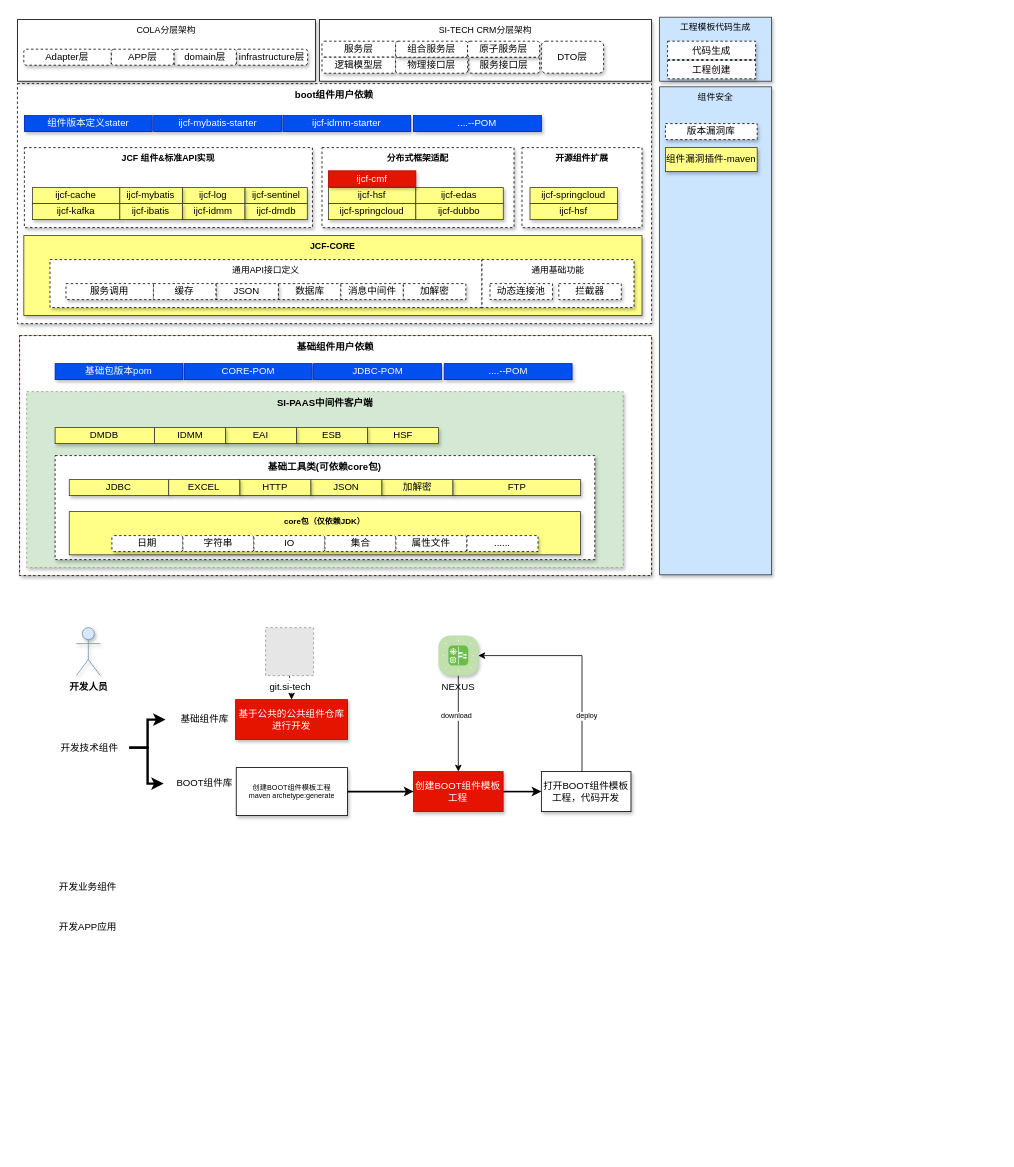
Above: page "组件及开发框架演进" (12 of 16) of 微服务.drawio in qymmdj/draw-io (draw.io), before the change. Source tidied: cells renumbered, new cells numbered last; positions are measured from the earlier drawing's top-left corner, leaving out a move shared by most shapes. Both pictures are drawn from the tidied source at 80%, with x=0, y=0 at pixel (17, 17). Pictures stored in the file or linked from it are replaced by grey dashed boxes.
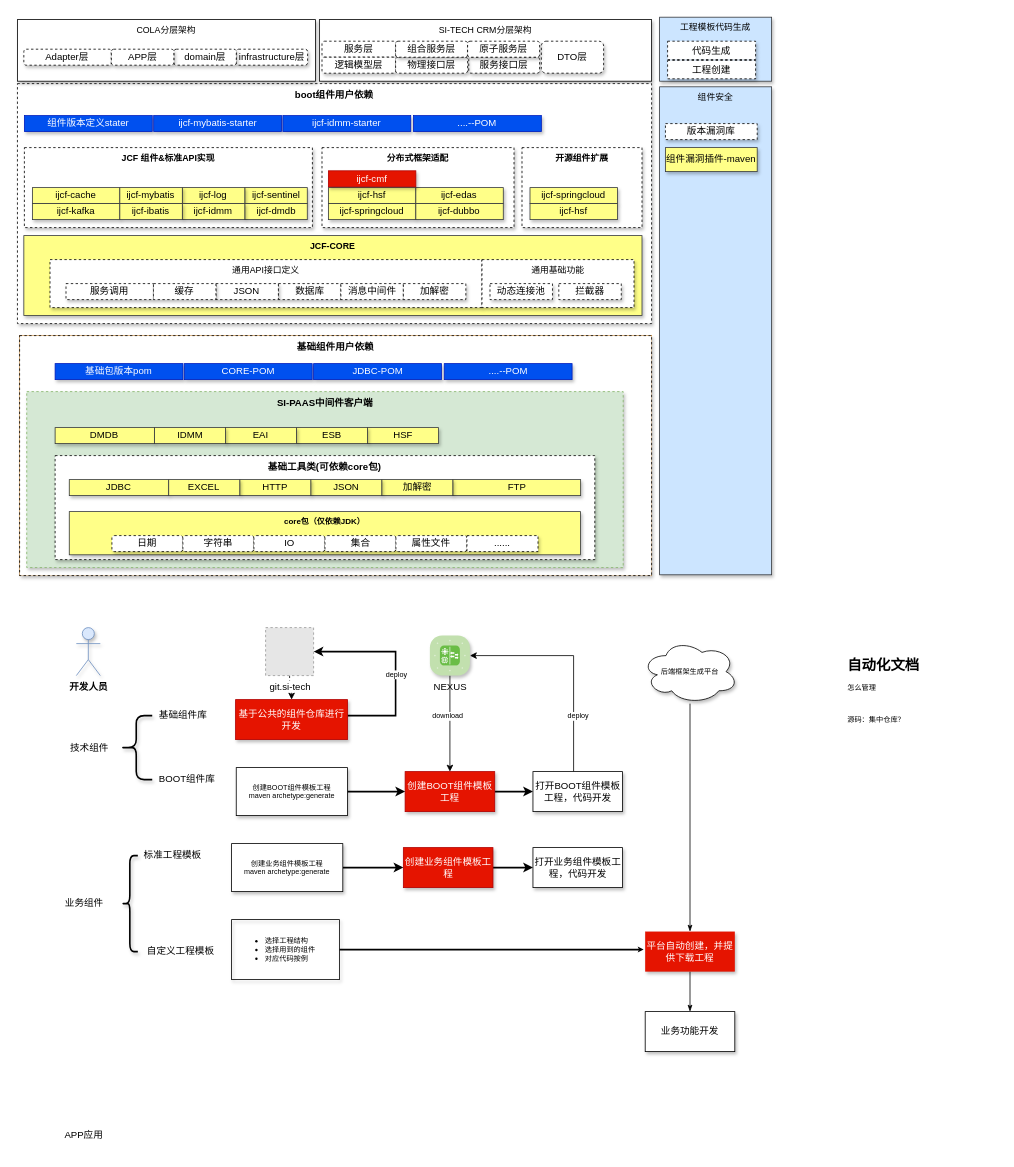
The same diagram, later.

Commit message:
更新微服务.drawio

Unchanged cells that the change refers to:
```xml
<mxCell id="91" value="git.si-tech" style="fillColor=#E6E6E6;strokeColor=#999999;dashed=1;html=1;verticalAlign=top;verticalLabelPosition=bottom;labelBackgroundColor=#ffffff;" parent="1" vertex="1">
  <mxGeometry x="310.5" y="763" width="60" height="60" as="geometry" />
</mxCell>
```

The edit, as a diff of the source:
```diff
@@
-    <mxCell id="82" value="开发业务组件" style="text;html=1;strokeColor=none;fillColor=none;align=center;verticalAlign=middle;whiteSpace=wrap;rounded=0;shadow=1;" parent="1" vertex="1">
-      <mxGeometry x="39.4" y="1073" width="99" height="30" as="geometry" />
+    <mxCell id="82" value="业务组件" style="text;html=1;strokeColor=none;fillColor=none;align=center;verticalAlign=middle;whiteSpace=wrap;rounded=0;shadow=1;" parent="1" vertex="1">
+      <mxGeometry x="43.8" y="1093" width="80" height="30" as="geometry" />
     </mxCell>
-    <mxCell id="83" value="开发APP应用" style="text;html=1;strokeColor=none;fillColor=none;align=center;verticalAlign=middle;whiteSpace=wrap;rounded=0;shadow=1;" parent="1" vertex="1">
-      <mxGeometry x="39.4" y="1123" width="99" height="30" as="geometry" />
+    <mxCell id="83" value="APP应用" style="text;html=1;strokeColor=none;fillColor=none;align=center;verticalAlign=middle;whiteSpace=wrap;rounded=0;shadow=1;" parent="1" vertex="1">
+      <mxGeometry x="34.3" y="1383" width="99" height="30" as="geometry" />
     </mxCell>
-    <mxCell id="84" style="edgeStyle=orthogonalEdgeStyle;rounded=0;jettySize=auto;html=1;entryX=0;entryY=0.5;entryDx=0;entryDy=0;strokeWidth=3;" parent="1" edge="1" source="86" target="88">
-      <mxGeometry relative="1" as="geometry">
-        <Array as="points">
-          <mxPoint x="163" y="913" />
-          <mxPoint x="163" y="878" />
-        </Array>
-      </mxGeometry>
-    </mxCell>
-    <mxCell id="85" style="edgeStyle=orthogonalEdgeStyle;rounded=0;jettySize=auto;html=1;strokeWidth=3;" parent="1" edge="1" source="86">
-      <mxGeometry relative="1" as="geometry">
-        <mxPoint x="183" y="958" as="targetPoint" />
-        <Array as="points">
-          <mxPoint x="163" y="913" />
-          <mxPoint x="163" y="958" />
-        </Array>
-      </mxGeometry>
-    </mxCell>
-    <mxCell id="86" value="开发技术组件" style="text;html=1;strokeColor=none;fillColor=none;align=center;verticalAlign=middle;whiteSpace=wrap;rounded=0;shadow=1;" parent="1" vertex="1">
+    <mxCell id="86" value="技术组件" style="text;html=1;strokeColor=none;fillColor=none;align=center;verticalAlign=middle;whiteSpace=wrap;rounded=0;shadow=1;" parent="1" vertex="1">
       <mxGeometry x="41" y="899" width="99" height="30" as="geometry" />
     </mxCell>
@@
     <mxCell id="88" value="基础组件库" style="text;html=1;strokeColor=none;fillColor=none;align=center;verticalAlign=middle;whiteSpace=wrap;rounded=0;shadow=1;" parent="1" vertex="1">
-      <mxGeometry x="185.3" y="863" width="99" height="30" as="geometry" />
+      <mxGeometry x="151.9" y="858" width="111.3" height="30" as="geometry" />
     </mxCell>
@@
+    <mxCell id="103" style="edgeStyle=orthogonalEdgeStyle;rounded=0;jettySize=auto;html=1;entryX=1;entryY=0.5;entryDx=0;entryDy=0;strokeWidth=2;fontSize=9;" parent="1" edge="1" source="90" target="91">
+      <mxGeometry relative="1" as="geometry">
+        <Array as="points">
+          <mxPoint x="473" y="873" />
+          <mxPoint x="473" y="793" />
+        </Array>
+      </mxGeometry>
+    </mxCell>
+    <mxCell id="104" value="deploy" style="edgeLabel;html=1;align=center;verticalAlign=middle;fontSize=9;" parent="103" vertex="1">
+      <mxGeometry x="-0.08" relative="1" as="geometry" />
+    </mxCell>
-    <mxCell id="90" value="基于公共的公共组件仓库进行开发" style="rounded=0;whiteSpace=wrap;html=1;shadow=1;fillColor=#e51400;fontColor=#ffffff;strokeColor=#B20000;" parent="1" vertex="1">
+    <mxCell id="90" value="基于公共的组件仓库进行开发" style="rounded=0;whiteSpace=wrap;html=1;shadow=1;fillColor=#e51400;fontColor=#ffffff;strokeColor=#B20000;" parent="1" vertex="1">
       <mxGeometry x="273" y="853" width="140" height="50" as="geometry" />
     </mxCell>
@@
     <mxCell id="93" value="创建BOOT组件模板工程" style="rounded=0;whiteSpace=wrap;html=1;shadow=1;fillColor=#e51400;strokeColor=#B20000;fontColor=#ffffff;" parent="1" vertex="1">
-      <mxGeometry x="495.4" y="943" width="112" height="50" as="geometry" />
+      <mxGeometry x="484.9" y="943" width="112" height="50" as="geometry" />
     </mxCell>
     <mxCell id="94" value="BOOT组件库" style="text;html=1;strokeColor=none;fillColor=none;align=center;verticalAlign=middle;whiteSpace=wrap;rounded=0;shadow=1;" parent="1" vertex="1">
-      <mxGeometry x="185.3" y="943" width="99" height="30" as="geometry" />
+      <mxGeometry x="164" y="938" width="97.1" height="30" as="geometry" />
     </mxCell>
@@
     <mxCell id="97" value="NEXUS" style="verticalLabelPosition=bottom;sketch=0;html=1;fillColor=#6ABD46;strokeColor=#ffffff;verticalAlign=top;align=center;points=[[0.085,0.085,0],[0.915,0.085,0],[0.915,0.915,0],[0.085,0.915,0],[0.25,0,0],[0.5,0,0],[0.75,0,0],[1,0.25,0],[1,0.5,0],[1,0.75,0],[0.75,1,0],[0.5,1,0],[0.25,1,0],[0,0.75,0],[0,0.5,0],[0,0.25,0]];shape=mxgraph.cisco_safe.compositeIcon;bgIcon=mxgraph.cisco_safe.architecture.generic_appliance;resIcon=mxgraph.cisco_safe.architecture.nexus_fabric_switch;shadow=1;" parent="1" vertex="1">
-      <mxGeometry x="526.4" y="773" width="50" height="50" as="geometry" />
+      <mxGeometry x="515.9" y="773" width="50" height="50" as="geometry" />
     </mxCell>
     <mxCell id="98" style="edgeStyle=orthogonalEdgeStyle;rounded=0;jettySize=auto;html=1;entryX=1;entryY=0.5;entryDx=0;entryDy=0;entryPerimeter=0;strokeWidth=1;fontSize=9;" parent="1" edge="1" source="100" target="97">
       <mxGeometry relative="1" as="geometry">
         <Array as="points">
-          <mxPoint x="706" y="798" />
+          <mxPoint x="695.5" y="798" />
         </Array>
       </mxGeometry>
     </mxCell>
@@
     <mxCell id="100" value="打开BOOT组件模板工程，代码开发" style="rounded=0;whiteSpace=wrap;html=1;shadow=1;" parent="1" vertex="1">
-      <mxGeometry x="655.2" y="943" width="112" height="50" as="geometry" />
+      <mxGeometry x="644.7" y="943" width="112" height="50" as="geometry" />
     </mxCell>
@@
+    <mxCell id="105" value="&lt;h1&gt;自动化文档&lt;/h1&gt;&lt;p&gt;怎么管理&lt;/p&gt;&lt;p&gt;&lt;br&gt;&lt;/p&gt;&lt;p&gt;源码：集中仓库？&lt;/p&gt;" style="text;html=1;strokeColor=none;fillColor=none;spacing=5;spacingTop=-20;whiteSpace=wrap;overflow=hidden;rounded=0;shadow=1;fontSize=9;" parent="1" vertex="1">
+      <mxGeometry x="1033" y="798" width="190" height="140" as="geometry" />
+    </mxCell>
+    <mxCell id="106" style="shape=curlyBracket;whiteSpace=wrap;html=1;rounded=1;shadow=1;strokeColor=default;fontSize=9;strokeWidth=2;" parent="1" vertex="1">
+      <mxGeometry x="130.8" y="1048" width="20" height="120" as="geometry" />
+    </mxCell>
+    <mxCell id="107" value="标准工程模板" style="text;html=1;strokeColor=none;fillColor=none;align=center;verticalAlign=middle;whiteSpace=wrap;rounded=0;shadow=1;" parent="1" vertex="1">
+      <mxGeometry x="145" y="1033" width="99" height="30" as="geometry" />
+    </mxCell>
+    <mxCell id="108" value="自定义工程模板" style="text;html=1;strokeColor=none;fillColor=none;align=center;verticalAlign=middle;whiteSpace=wrap;rounded=0;shadow=1;" parent="1" vertex="1">
+      <mxGeometry x="154.8" y="1153" width="99" height="30" as="geometry" />
+    </mxCell>
+    <mxCell id="109" style="shape=curlyBracket;whiteSpace=wrap;html=1;rounded=1;shadow=1;strokeColor=default;strokeWidth=2;fontSize=9;" parent="1" vertex="1">
+      <mxGeometry x="128.8" y="873" width="40" height="80" as="geometry" />
+    </mxCell>
+    <mxCell id="110" style="edgeStyle=orthogonalEdgeStyle;rounded=0;jettySize=auto;html=1;entryX=0;entryY=0.5;entryDx=0;entryDy=0;strokeWidth=2;fontSize=9;" parent="1" edge="1" source="111" target="113">
+      <mxGeometry relative="1" as="geometry" />
+    </mxCell>
+    <mxCell id="111" value="&lt;div&gt;创建业务组件模板工程&lt;/div&gt;&lt;div&gt;maven archetype:generate&lt;/div&gt;" style="rounded=0;whiteSpace=wrap;html=1;shadow=1;fontSize=9;" parent="1" vertex="1">
+      <mxGeometry x="268" y="1033" width="139" height="60" as="geometry" />
+    </mxCell>
+    <mxCell id="112" style="edgeStyle=orthogonalEdgeStyle;rounded=0;jettySize=auto;html=1;entryX=0;entryY=0.5;entryDx=0;entryDy=0;strokeWidth=2;fontSize=9;" parent="1" edge="1" source="113" target="114">
+      <mxGeometry relative="1" as="geometry" />
+    </mxCell>
+    <mxCell id="113" value="创建业务组件模板工程" style="rounded=0;whiteSpace=wrap;html=1;shadow=1;fillColor=#e51400;strokeColor=#B20000;fontColor=#ffffff;" parent="1" vertex="1">
+      <mxGeometry x="482.7" y="1038" width="112" height="50" as="geometry" />
+    </mxCell>
+    <mxCell id="114" value="打开业务组件模板工程，代码开发" style="rounded=0;whiteSpace=wrap;html=1;shadow=1;" parent="1" vertex="1">
+      <mxGeometry x="644.7" y="1038" width="112" height="50" as="geometry" />
+    </mxCell>
+    <mxCell id="115" style="edgeStyle=orthogonalEdgeStyle;rounded=0;jettySize=auto;html=1;strokeWidth=2;fontSize=9;endSize=1;" parent="1" edge="1" source="116">
+      <mxGeometry relative="1" as="geometry">
+        <mxPoint x="783" y="1165.5" as="targetPoint" />
+      </mxGeometry>
+    </mxCell>
+    <mxCell id="116" value="&lt;ul&gt;&lt;li&gt;选择工程结构&lt;/li&gt;&lt;li&gt;选择用到的组件&lt;/li&gt;&lt;li&gt;对应代码按例&lt;/li&gt;&lt;/ul&gt;" style="text;html=1;whiteSpace=wrap;verticalAlign=middle;overflow=hidden;shadow=1;strokeWidth=1;fontSize=9;strokeColor=default;" parent="1" vertex="1">
+      <mxGeometry x="268" y="1128" width="135" height="75" as="geometry" />
+    </mxCell>
+    <mxCell id="117" style="edgeStyle=orthogonalEdgeStyle;rounded=0;jettySize=auto;html=1;entryX=0.5;entryY=0;entryDx=0;entryDy=0;strokeWidth=1;fontSize=9;endSize=6;endArrow=classicThin;endFill=1;startSize=6;" parent="1" edge="1" source="118" target="120">
+      <mxGeometry relative="1" as="geometry" />
+    </mxCell>
+    <mxCell id="118" value="后端框架生成平台" style="ellipse;shape=cloud;whiteSpace=wrap;html=1;shadow=1;strokeColor=default;strokeWidth=1;fontSize=9;" parent="1" vertex="1">
+      <mxGeometry x="781" y="778" width="120" height="80" as="geometry" />
+    </mxCell>
+    <mxCell id="119" style="edgeStyle=orthogonalEdgeStyle;rounded=0;jettySize=auto;html=1;strokeWidth=1;fontSize=9;endArrow=classicThin;endFill=1;startSize=6;endSize=6;" parent="1" edge="1" source="120" target="121">
+      <mxGeometry relative="1" as="geometry" />
+    </mxCell>
+    <mxCell id="120" value="平台自动创建，并提供下载工程" style="rounded=0;whiteSpace=wrap;html=1;shadow=1;fillColor=#e51400;strokeColor=#B20000;fontColor=#ffffff;strokeWidth=0;" parent="1" vertex="1">
+      <mxGeometry x="785" y="1143" width="112" height="50" as="geometry" />
+    </mxCell>
+    <mxCell id="121" value="业务功能开发" style="rounded=0;whiteSpace=wrap;html=1;shadow=1;strokeWidth=1;gradientColor=none;" parent="1" vertex="1">
+      <mxGeometry x="785" y="1243" width="112" height="50" as="geometry" />
+    </mxCell>
```
